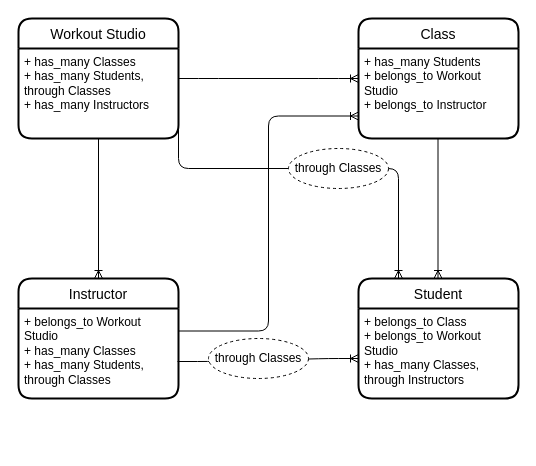
The draw.io diagram workout_studio.drawio in tcelovsky/workout_studio_rails_project, before the edit. Source tidied: cells renumbered, new cells numbered last; positions are measured from the earlier drawing's top-left corner, leaving out a move shared by most shapes. Both pictures are drawn from the tidied source at 100%, with x=0, y=0 at pixel (18, 18).
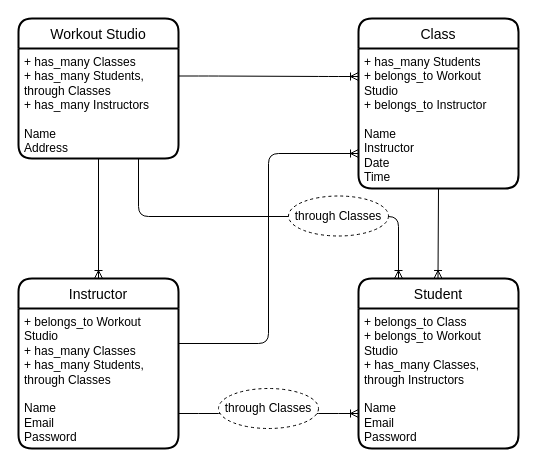
The same page after the edit.

Diff of the diagram source:
```diff
@@
     <mxCell id="2" value="Student" style="swimlane;horizontal=1;startSize=30;rounded=1;fontSize=14;fontStyle=0;strokeWidth=2;shadow=0;dashed=0;align=center;" parent="1" vertex="1">
-      <mxGeometry x="340" y="260" width="160" height="120" as="geometry" />
+      <mxGeometry x="340" y="260" width="160" height="170" as="geometry" />
     </mxCell>
-    <mxCell id="3" value="+ belongs_to Class&#10;+ belongs_to Workout Studio&#10;+ has_many Classes, through Instructors" style="align=left;strokeColor=none;fillColor=none;spacingLeft=4;fontSize=12;verticalAlign=top;whiteSpace=wrap;" parent="2" vertex="1">
-      <mxGeometry y="30" width="160" height="90" as="geometry" />
+    <mxCell id="3" value="+ belongs_to Class&#10;+ belongs_to Workout Studio&#10;+ has_many Classes, through Instructors&#10;&#10;Name&#10;Email&#10;Password" style="align=left;strokeColor=none;fillColor=none;spacingLeft=4;fontSize=12;verticalAlign=top;whiteSpace=wrap;" parent="2" vertex="1">
+      <mxGeometry y="30" width="160" height="140" as="geometry" />
     </mxCell>
     <mxCell id="4" value="Class" style="swimlane;horizontal=1;startSize=30;rounded=1;fontSize=14;fontStyle=0;strokeWidth=2;shadow=0;dashed=0;align=center;" parent="1" vertex="1">
-      <mxGeometry x="340" width="160" height="120" as="geometry" />
+      <mxGeometry x="340" width="160" height="170" as="geometry" />
     </mxCell>
-    <mxCell id="5" value="+ has_many Students&#10;+ belongs_to Workout Studio&#10;+ belongs_to Instructor" style="align=left;strokeColor=none;fillColor=none;spacingLeft=4;fontSize=12;verticalAlign=top;whiteSpace=wrap;" parent="4" vertex="1">
-      <mxGeometry y="30" width="160" height="90" as="geometry" />
+    <mxCell id="5" value="+ has_many Students&#10;+ belongs_to Workout Studio&#10;+ belongs_to Instructor&#10;&#10;Name&#10;Instructor&#10;Date&#10;Time" style="align=left;strokeColor=none;fillColor=none;spacingLeft=4;fontSize=12;verticalAlign=top;whiteSpace=wrap;" parent="4" vertex="1">
+      <mxGeometry y="30" width="160" height="140" as="geometry" />
     </mxCell>
-    <mxCell id="6" style="edgeStyle=entityRelationEdgeStyle;fontSize=12;html=1;endArrow=ERoneToMany;entryX=0;entryY=0.5;entryDx=0;entryDy=0;" parent="1" edge="1" target="4">
+    <mxCell id="6" style="edgeStyle=entityRelationEdgeStyle;fontSize=12;html=1;endArrow=ERoneToMany;exitX=1;exitY=0.25;exitDx=0;exitDy=0;" parent="1" edge="1" source="10">
       <mxGeometry relative="1" as="geometry">
-        <mxPoint x="160" y="60" as="sourcePoint" />
+        <mxPoint x="340" y="58" as="targetPoint" />
       </mxGeometry>
     </mxCell>
@@
     <mxCell id="8" value="Workout Studio" style="swimlane;horizontal=1;startSize=30;rounded=1;fontSize=14;fontStyle=0;strokeWidth=2;shadow=0;dashed=0;align=center;" parent="1" vertex="1">
-      <mxGeometry width="160" height="120" as="geometry" />
+      <mxGeometry width="160" height="140" as="geometry" />
     </mxCell>
@@
-    <mxCell id="10" value="+ has_many Classes&#10;+ has_many Students, through Classes&#10;+ has_many Instructors" style="align=left;strokeColor=none;fillColor=none;spacingLeft=4;fontSize=12;verticalAlign=top;whiteSpace=wrap;" parent="8" vertex="1">
-      <mxGeometry y="30" width="160" height="90" as="geometry" />
+    <mxCell id="10" value="+ has_many Classes&#10;+ has_many Students, through Classes&#10;+ has_many Instructors&#10;&#10;Name&#10;Address" style="align=left;strokeColor=none;fillColor=none;spacingLeft=4;fontSize=12;verticalAlign=top;whiteSpace=wrap;" parent="8" vertex="1">
+      <mxGeometry y="30" width="160" height="110" as="geometry" />
     </mxCell>
     <mxCell id="11" value="Instructor" style="swimlane;horizontal=1;startSize=30;rounded=1;fontSize=14;fontStyle=0;strokeWidth=2;shadow=0;dashed=0;align=center;" parent="1" vertex="1">
-      <mxGeometry y="260" width="160" height="120" as="geometry" />
+      <mxGeometry y="260" width="160" height="170" as="geometry" />
     </mxCell>
-    <mxCell id="12" value="+ belongs_to Workout Studio&#10;+ has_many Classes&#10;+ has_many Students, through Classes" style="align=left;strokeColor=none;fillColor=none;spacingLeft=4;fontSize=12;verticalAlign=top;whiteSpace=wrap;" parent="11" vertex="1">
-      <mxGeometry y="30" width="160" height="90" as="geometry" />
+    <mxCell id="12" value="+ belongs_to Workout Studio&#10;+ has_many Classes&#10;+ has_many Students, through Classes&#10;&#10;Name&#10;Email&#10;Password" style="align=left;strokeColor=none;fillColor=none;spacingLeft=4;fontSize=12;verticalAlign=top;whiteSpace=wrap;" parent="11" vertex="1">
+      <mxGeometry y="30" width="160" height="140" as="geometry" />
     </mxCell>
-    <mxCell id="13" style="fontSize=12;html=1;endArrow=ERoneToMany;entryX=0.5;entryY=0;entryDx=0;entryDy=0;rounded=1;jumpStyle=none;exitX=0.5;exitY=1;exitDx=0;exitDy=0;" parent="1" edge="1">
+    <mxCell id="13" style="fontSize=12;html=1;endArrow=ERoneToMany;entryX=0.5;entryY=0;entryDx=0;entryDy=0;rounded=1;jumpStyle=none;" parent="1" edge="1">
       <mxGeometry relative="1" as="geometry">
-        <mxPoint x="419.5" y="120" as="sourcePoint" />
+        <mxPoint x="420" y="170" as="sourcePoint" />
         <mxPoint x="419.5" y="260" as="targetPoint" />
       </mxGeometry>
     </mxCell>
@@
-    <mxCell id="15" style="edgeStyle=entityRelationEdgeStyle;fontSize=12;html=1;endArrow=ERoneToMany;entryX=0;entryY=0.5;entryDx=0;entryDy=0;exitX=0.994;exitY=0.589;exitDx=0;exitDy=0;exitPerimeter=0;" parent="1" edge="1" source="12">
-      <mxGeometry relative="1" as="geometry">
-        <mxPoint x="340" y="340" as="targetPoint" />
-      </mxGeometry>
+    <mxCell id="15" style="edgeStyle=entityRelationEdgeStyle;fontSize=12;html=1;endArrow=ERoneToMany;entryX=0;entryY=0.75;entryDx=0;entryDy=0;exitX=1;exitY=0.75;exitDx=0;exitDy=0;" parent="1" edge="1" source="12" target="3">
+      <mxGeometry relative="1" as="geometry" />
     </mxCell>
     <mxCell id="16" value="through Classes" style="ellipse;whiteSpace=wrap;html=1;align=center;dashed=1;" parent="1" vertex="1">
-      <mxGeometry x="190" y="320" width="100" height="40" as="geometry" />
+      <mxGeometry x="200" y="370" width="100" height="40" as="geometry" />
     </mxCell>
-    <mxCell id="17" style="fontSize=12;html=1;endArrow=ERoneToMany;rounded=1;jumpStyle=none;exitX=1;exitY=0.75;exitDx=0;exitDy=0;edgeStyle=orthogonalEdgeStyle;entryX=0.25;entryY=0;entryDx=0;entryDy=0;" parent="1" edge="1" source="10" target="2">
+    <mxCell id="17" style="fontSize=12;html=1;endArrow=ERoneToMany;rounded=1;jumpStyle=none;exitX=0.75;exitY=1;exitDx=0;exitDy=0;edgeStyle=orthogonalEdgeStyle;" parent="1" edge="1" source="10">
       <mxGeometry relative="1" as="geometry">
+        <mxPoint x="380" y="260" as="targetPoint" />
         <Array as="points">
-          <mxPoint x="160" y="150" />
-          <mxPoint x="380" y="150" />
+          <mxPoint x="120" y="198" />
+          <mxPoint x="380" y="198" />
         </Array>
       </mxGeometry>
     </mxCell>
     <mxCell id="18" value="through Classes" style="ellipse;whiteSpace=wrap;html=1;align=center;dashed=1;" parent="1" vertex="1">
-      <mxGeometry x="270" y="130" width="100" height="40" as="geometry" />
+      <mxGeometry x="270" y="177.5" width="100" height="40" as="geometry" />
     </mxCell>
```
